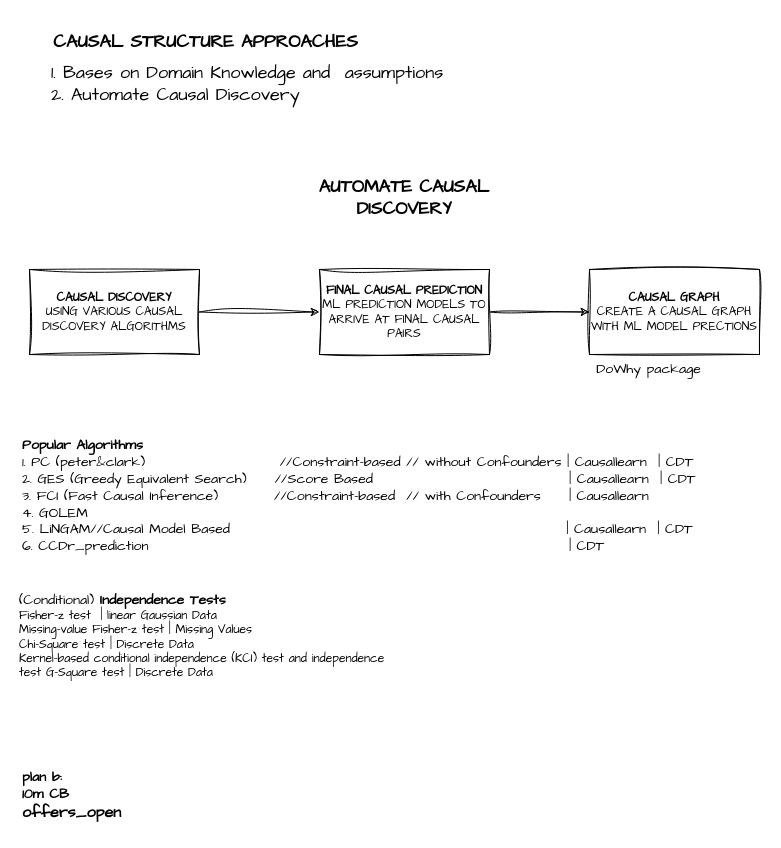
The draw.io diagram page "Automated causal Discovery" (1 of 5) of causal_approach.drawio in Sanjaynarayan27/github_tut, before the edit. Source tidied: cells renumbered, new cells numbered last; positions are measured from the earlier drawing's top-left corner, leaving out a move shared by most shapes. Both pictures are drawn from the tidied source at 100%, with x=0, y=0 at pixel (17, 17).
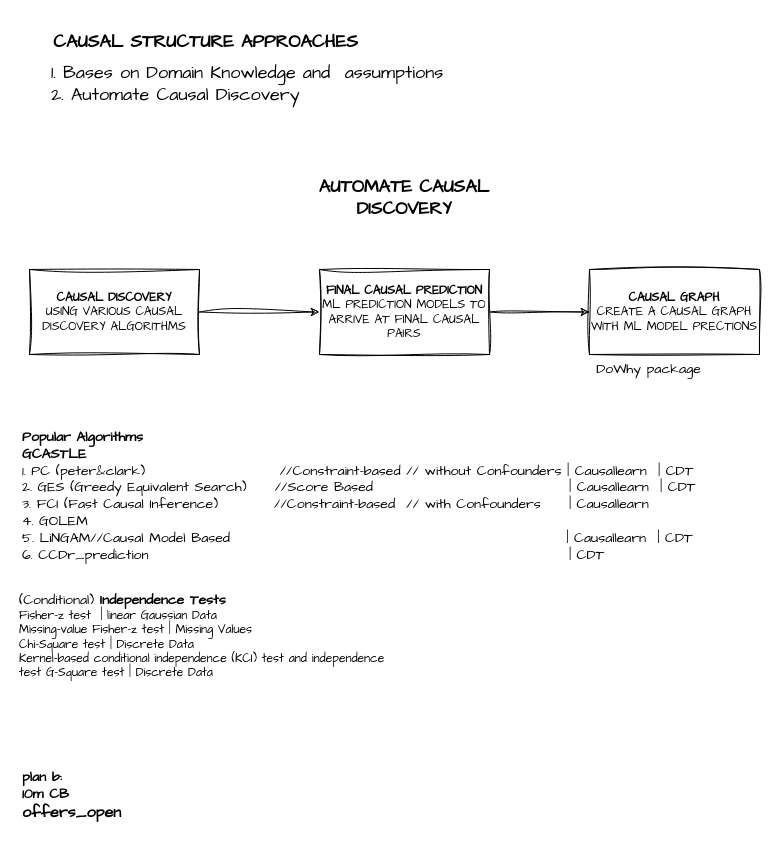
After the change.

Change to the diagram source:
```diff
@@
 <mxGraphModel>
   <root>
     <mxCell id="0" />
     <mxCell id="1" parent="0" />
     <mxCell id="2" style="edgeStyle=orthogonalEdgeStyle;rounded=0;sketch=1;hachureGap=4;jiggle=2;curveFitting=1;jettySize=auto;html=1;exitX=1;exitY=0.5;exitDx=0;exitDy=0;fontFamily=Architects Daughter;" parent="1" edge="1" source="3" target="6">
       <mxGeometry relative="1" as="geometry" />
     </mxCell>
     <mxCell id="3" value="&lt;b&gt;CAUSAL DISCOVERY&lt;/b&gt;&lt;div&gt;USING VARIOUS CAUSAL DISCOVERY ALGORITHMS&lt;/div&gt;" style="rounded=0;whiteSpace=wrap;html=1;sketch=1;hachureGap=4;jiggle=2;curveFitting=1;fontFamily=Architects Daughter;" parent="1" vertex="1">
       <mxGeometry x="12" y="252" width="170" height="85" as="geometry" />
     </mxCell>
     <mxCell id="4" value="&lt;b&gt;&lt;font style=&quot;font-size: 18px;&quot;&gt;AUTOMATE CAUSAL DISCOVERY&lt;/font&gt;&lt;/b&gt;" style="text;html=1;align=center;verticalAlign=middle;whiteSpace=wrap;rounded=0;fontFamily=Architects Daughter;" parent="1" vertex="1">
       <mxGeometry x="292" y="162" width="190" height="35" as="geometry" />
     </mxCell>
     <mxCell id="5" style="edgeStyle=orthogonalEdgeStyle;rounded=0;sketch=1;hachureGap=4;jiggle=2;curveFitting=1;jettySize=auto;html=1;exitX=1;exitY=0.5;exitDx=0;exitDy=0;entryX=0;entryY=0.5;entryDx=0;entryDy=0;fontFamily=Architects Daughter;" parent="1" edge="1" source="6" target="7">
       <mxGeometry relative="1" as="geometry" />
     </mxCell>
     <mxCell id="6" value="&lt;b&gt;FINAL CAUSAL PREDICTION&lt;/b&gt;&lt;div&gt;ML PREDICTION MODELS TO ARRIVE AT FINAL CAUSAL PAIRS&lt;/div&gt;" style="rounded=0;whiteSpace=wrap;html=1;sketch=1;hachureGap=4;jiggle=2;curveFitting=1;fontFamily=Architects Daughter;" parent="1" vertex="1">
       <mxGeometry x="302" y="252" width="170" height="85" as="geometry" />
     </mxCell>
     <mxCell id="7" value="&lt;b&gt;CAUSAL GRAPH&lt;/b&gt;&lt;div&gt;CREATE A CAUSAL GRAPH WITH ML MODEL PRECTIONS&lt;/div&gt;" style="rounded=0;whiteSpace=wrap;html=1;sketch=1;hachureGap=4;jiggle=2;curveFitting=1;fontFamily=Architects Daughter;" parent="1" vertex="1">
       <mxGeometry x="572" y="252" width="170" height="85" as="geometry" />
     </mxCell>
     <mxCell id="8" value="&lt;span style=&quot;font-size: 18px;&quot;&gt;&lt;b&gt;CAUSAL STRUCTURE APPROACHES&lt;/b&gt;&lt;/span&gt;" style="text;html=1;align=center;verticalAlign=middle;whiteSpace=wrap;rounded=0;fontFamily=Architects Daughter;" parent="1" vertex="1">
       <mxGeometry x="17" y="6" width="343" height="35" as="geometry" />
     </mxCell>
     <mxCell id="9" value="&lt;span style=&quot;font-size: 18px;&quot;&gt;1. Bases on Domain Knowledge and&amp;nbsp; assumptions&lt;/span&gt;&lt;div&gt;&lt;span style=&quot;font-size: 18px;&quot;&gt;2. Automate Causal Discovery&lt;/span&gt;&lt;/div&gt;" style="text;html=1;align=left;verticalAlign=middle;whiteSpace=wrap;rounded=0;fontFamily=Architects Daughter;" parent="1" vertex="1">
       <mxGeometry x="32" width="489" height="132" as="geometry" />
     </mxCell>
-    <mxCell id="10" value="&lt;div&gt;&lt;font style=&quot;font-size: 14px;&quot;&gt;&lt;b&gt;&lt;font style=&quot;&quot;&gt;Popular &lt;/font&gt;&lt;font style=&quot;&quot;&gt;Algorithms&lt;/font&gt;&lt;/b&gt;&lt;/font&gt;&lt;/div&gt;&lt;div&gt;&lt;font style=&quot;font-size: 14px;&quot;&gt;1. PC (peter&amp;amp;clark)&amp;nbsp; &amp;nbsp; &amp;nbsp; &amp;nbsp; &amp;nbsp; &amp;nbsp; &amp;nbsp; &amp;nbsp; &amp;nbsp; &amp;nbsp; &amp;nbsp; &amp;nbsp; //Constraint-based // without Confounders | Causallearn&amp;nbsp;&amp;nbsp;&lt;/font&gt;&lt;span style=&quot;font-size: 14px; background-color: initial;&quot;&gt;| CDT&lt;/span&gt;&lt;/div&gt;&lt;div&gt;&lt;font style=&quot;font-size: 14px;&quot;&gt;2. GES (Greedy Equivalent Search)&amp;nbsp; &amp;nbsp; &amp;nbsp;//Score Based&amp;nbsp; &amp;nbsp; &amp;nbsp; &amp;nbsp; &amp;nbsp; &amp;nbsp; &amp;nbsp; &amp;nbsp; &amp;nbsp; &amp;nbsp; &amp;nbsp; &amp;nbsp; &amp;nbsp; &amp;nbsp; &amp;nbsp; &amp;nbsp; &amp;nbsp; &amp;nbsp;&lt;/font&gt;&lt;span style=&quot;font-size: 14px; background-color: initial;&quot;&gt;| Causallearn&amp;nbsp;&amp;nbsp;&lt;/span&gt;&lt;span style=&quot;font-size: 14px; background-color: initial;&quot;&gt;| CDT&lt;/span&gt;&lt;/div&gt;&lt;div&gt;&lt;font style=&quot;font-size: 14px;&quot;&gt;3. FCI (Fast Causal Inference)&amp;nbsp; &amp;nbsp; &amp;nbsp; &amp;nbsp; &amp;nbsp; //Constraint-based&amp;nbsp; // with Confounders&amp;nbsp; &amp;nbsp; &amp;nbsp;&lt;/font&gt;&lt;span style=&quot;font-size: 14px; background-color: initial;&quot;&gt;| Causallearn&amp;nbsp;&amp;nbsp;&lt;/span&gt;&lt;/div&gt;&lt;div&gt;&lt;font style=&quot;font-size: 14px;&quot;&gt;4. GOLEM&amp;nbsp; &amp;nbsp; &amp;nbsp; &amp;nbsp; &amp;nbsp; &amp;nbsp; &amp;nbsp; &amp;nbsp; &amp;nbsp; &amp;nbsp; &amp;nbsp; &amp;nbsp; &amp;nbsp; &amp;nbsp; &amp;nbsp; &amp;nbsp; &amp;nbsp; &amp;nbsp; &amp;nbsp; &amp;nbsp; &amp;nbsp; &amp;nbsp; &amp;nbsp; &amp;nbsp; &amp;nbsp;&lt;/font&gt;&lt;/div&gt;&lt;div&gt;&lt;font style=&quot;font-size: 14px;&quot;&gt;5. LiNGAM//Causal Model Based&amp;nbsp; &amp;nbsp; &amp;nbsp; &amp;nbsp; &amp;nbsp; &amp;nbsp; &amp;nbsp; &amp;nbsp; &amp;nbsp; &amp;nbsp; &amp;nbsp; &amp;nbsp; &amp;nbsp; &amp;nbsp; &amp;nbsp; &amp;nbsp; &amp;nbsp; &amp;nbsp; &amp;nbsp; &amp;nbsp; &amp;nbsp; &amp;nbsp; &amp;nbsp; &amp;nbsp; &amp;nbsp; &amp;nbsp; &amp;nbsp; &amp;nbsp; &amp;nbsp; &amp;nbsp;&amp;nbsp;&lt;/font&gt;&lt;span style=&quot;font-size: 14px; background-color: initial;&quot;&gt;| Causallearn&amp;nbsp;&amp;nbsp;&lt;/span&gt;&lt;span style=&quot;background-color: initial; font-size: 14px;&quot;&gt;| CDT&lt;/span&gt;&lt;/div&gt;&lt;div&gt;&lt;font style=&quot;font-size: 14px;&quot;&gt;6. CCDr_prediction&amp;nbsp; &amp;nbsp; &amp;nbsp; &amp;nbsp; &amp;nbsp; &amp;nbsp; &amp;nbsp; &amp;nbsp; &amp;nbsp; &amp;nbsp; &amp;nbsp; &amp;nbsp; &amp;nbsp; &amp;nbsp; &amp;nbsp; &amp;nbsp; &amp;nbsp; &amp;nbsp; &amp;nbsp; &amp;nbsp; &amp;nbsp; &amp;nbsp; &amp;nbsp; &amp;nbsp; &amp;nbsp; &amp;nbsp; &amp;nbsp; &amp;nbsp; &amp;nbsp; &amp;nbsp; &amp;nbsp; &amp;nbsp; &amp;nbsp; &amp;nbsp; &amp;nbsp; &amp;nbsp; &amp;nbsp; &amp;nbsp;&lt;/font&gt;&lt;span style=&quot;background-color: initial; font-size: 14px;&quot;&gt;| CDT&lt;/span&gt;&lt;/div&gt;&lt;div&gt;&lt;span style=&quot;background-color: initial; font-size: 14px;&quot;&gt;&lt;br&gt;&lt;/span&gt;&lt;/div&gt;" style="text;html=1;align=left;verticalAlign=middle;whiteSpace=wrap;rounded=0;fontFamily=Architects Daughter;" parent="1" vertex="1">
+    <mxCell id="10" value="&lt;div&gt;&lt;font style=&quot;font-size: 14px;&quot;&gt;&lt;b&gt;&lt;font style=&quot;&quot;&gt;Popular &lt;/font&gt;&lt;font style=&quot;&quot;&gt;Algorithms&lt;/font&gt;&lt;/b&gt;&lt;/font&gt;&lt;/div&gt;&lt;div&gt;&lt;font style=&quot;font-size: 14px;&quot;&gt;&lt;b&gt;&lt;font style=&quot;&quot;&gt;GCASTLE&lt;/font&gt;&lt;/b&gt;&lt;/font&gt;&lt;/div&gt;&lt;div&gt;&lt;font style=&quot;font-size: 14px;&quot;&gt;1. PC (peter&amp;amp;clark)&amp;nbsp; &amp;nbsp; &amp;nbsp; &amp;nbsp; &amp;nbsp; &amp;nbsp; &amp;nbsp; &amp;nbsp; &amp;nbsp; &amp;nbsp; &amp;nbsp; &amp;nbsp; //Constraint-based // without Confounders | Causallearn&amp;nbsp;&amp;nbsp;&lt;/font&gt;&lt;span style=&quot;font-size: 14px; background-color: initial;&quot;&gt;| CDT&lt;/span&gt;&lt;/div&gt;&lt;div&gt;&lt;font style=&quot;font-size: 14px;&quot;&gt;2. GES (Greedy Equivalent Search)&amp;nbsp; &amp;nbsp; &amp;nbsp;//Score Based&amp;nbsp; &amp;nbsp; &amp;nbsp; &amp;nbsp; &amp;nbsp; &amp;nbsp; &amp;nbsp; &amp;nbsp; &amp;nbsp; &amp;nbsp; &amp;nbsp; &amp;nbsp; &amp;nbsp; &amp;nbsp; &amp;nbsp; &amp;nbsp; &amp;nbsp; &amp;nbsp;&lt;/font&gt;&lt;span style=&quot;font-size: 14px; background-color: initial;&quot;&gt;| Causallearn&amp;nbsp;&amp;nbsp;&lt;/span&gt;&lt;span style=&quot;font-size: 14px; background-color: initial;&quot;&gt;| CDT&lt;/span&gt;&lt;/div&gt;&lt;div&gt;&lt;font style=&quot;font-size: 14px;&quot;&gt;3. FCI (Fast Causal Inference)&amp;nbsp; &amp;nbsp; &amp;nbsp; &amp;nbsp; &amp;nbsp; //Constraint-based&amp;nbsp; // with Confounders&amp;nbsp; &amp;nbsp; &amp;nbsp;&lt;/font&gt;&lt;span style=&quot;font-size: 14px; background-color: initial;&quot;&gt;| Causallearn&amp;nbsp;&amp;nbsp;&lt;/span&gt;&lt;/div&gt;&lt;div&gt;&lt;font style=&quot;font-size: 14px;&quot;&gt;4. GOLEM&amp;nbsp; &amp;nbsp; &amp;nbsp; &amp;nbsp; &amp;nbsp; &amp;nbsp; &amp;nbsp; &amp;nbsp; &amp;nbsp; &amp;nbsp; &amp;nbsp; &amp;nbsp; &amp;nbsp; &amp;nbsp; &amp;nbsp; &amp;nbsp; &amp;nbsp; &amp;nbsp; &amp;nbsp; &amp;nbsp; &amp;nbsp; &amp;nbsp; &amp;nbsp; &amp;nbsp; &amp;nbsp;&lt;/font&gt;&lt;/div&gt;&lt;div&gt;&lt;font style=&quot;font-size: 14px;&quot;&gt;5. LiNGAM//Causal Model Based&amp;nbsp; &amp;nbsp; &amp;nbsp; &amp;nbsp; &amp;nbsp; &amp;nbsp; &amp;nbsp; &amp;nbsp; &amp;nbsp; &amp;nbsp; &amp;nbsp; &amp;nbsp; &amp;nbsp; &amp;nbsp; &amp;nbsp; &amp;nbsp; &amp;nbsp; &amp;nbsp; &amp;nbsp; &amp;nbsp; &amp;nbsp; &amp;nbsp; &amp;nbsp; &amp;nbsp; &amp;nbsp; &amp;nbsp; &amp;nbsp; &amp;nbsp; &amp;nbsp; &amp;nbsp;&amp;nbsp;&lt;/font&gt;&lt;span style=&quot;font-size: 14px; background-color: initial;&quot;&gt;| Causallearn&amp;nbsp;&amp;nbsp;&lt;/span&gt;&lt;span style=&quot;background-color: initial; font-size: 14px;&quot;&gt;| CDT&lt;/span&gt;&lt;/div&gt;&lt;div&gt;&lt;font style=&quot;font-size: 14px;&quot;&gt;6. CCDr_prediction&amp;nbsp; &amp;nbsp; &amp;nbsp; &amp;nbsp; &amp;nbsp; &amp;nbsp; &amp;nbsp; &amp;nbsp; &amp;nbsp; &amp;nbsp; &amp;nbsp; &amp;nbsp; &amp;nbsp; &amp;nbsp; &amp;nbsp; &amp;nbsp; &amp;nbsp; &amp;nbsp; &amp;nbsp; &amp;nbsp; &amp;nbsp; &amp;nbsp; &amp;nbsp; &amp;nbsp; &amp;nbsp; &amp;nbsp; &amp;nbsp; &amp;nbsp; &amp;nbsp; &amp;nbsp; &amp;nbsp; &amp;nbsp; &amp;nbsp; &amp;nbsp; &amp;nbsp; &amp;nbsp; &amp;nbsp; &amp;nbsp;&lt;/font&gt;&lt;span style=&quot;background-color: initial; font-size: 14px;&quot;&gt;| CDT&lt;/span&gt;&lt;/div&gt;&lt;div&gt;&lt;span style=&quot;background-color: initial; font-size: 14px;&quot;&gt;&lt;br&gt;&lt;/span&gt;&lt;/div&gt;" style="text;html=1;align=left;verticalAlign=middle;whiteSpace=wrap;rounded=0;fontFamily=Architects Daughter;" parent="1" vertex="1">
       <mxGeometry x="3" y="417" width="744" height="140" as="geometry" />
     </mxCell>
     <mxCell id="11" value="&lt;span style=&quot;font-size: 14px;&quot;&gt;DoWhy package&lt;/span&gt;" style="text;html=1;align=center;verticalAlign=middle;whiteSpace=wrap;rounded=0;fontFamily=Architects Daughter;" parent="1" vertex="1">
       <mxGeometry x="572" y="337" width="119" height="30" as="geometry" />
     </mxCell>
     <mxCell id="12" value="&lt;font style=&quot;&quot;&gt;&lt;b style=&quot;&quot;&gt;&lt;font style=&quot;font-size: 14px;&quot;&gt;plan b:&lt;/font&gt;&lt;br&gt;&lt;font style=&quot;font-size: 14px;&quot;&gt;10m CB&lt;/font&gt;&lt;/b&gt;&lt;/font&gt;&lt;div&gt;&lt;b style=&quot;&quot;&gt;&lt;font size=&quot;3&quot;&gt;offers_open&lt;/font&gt;&lt;/b&gt;&lt;/div&gt;" style="text;html=1;align=left;verticalAlign=middle;whiteSpace=wrap;rounded=0;fontFamily=Architects Daughter;" parent="1" vertex="1">
       <mxGeometry x="3" y="742" width="190" height="72" as="geometry" />
     </mxCell>
     <mxCell id="13" value="&lt;font style=&quot;font-size: 14px;&quot;&gt;(Conditional) &lt;b&gt;Independence Tests&lt;/b&gt;&lt;/font&gt;&lt;div&gt;Fisher-z test&amp;nbsp; | linear Gaussian Data&amp;nbsp;&lt;/div&gt;&lt;div&gt;Missing-value Fisher-z test | Missing Values&lt;/div&gt;&lt;div&gt;Chi-Square test&amp;nbsp;&lt;span style=&quot;background-color: initial;&quot;&gt;| Discrete Data&lt;/span&gt;&lt;/div&gt;&lt;div&gt;Kernel-based conditional independence (KCI) test and independence&amp;nbsp;&lt;/div&gt;&lt;div&gt;test G-Square test&amp;nbsp;&lt;span style=&quot;background-color: initial;&quot;&gt;| Discrete Data&lt;/span&gt;&lt;br&gt;&lt;/div&gt;" style="text;html=1;align=left;verticalAlign=middle;whiteSpace=wrap;rounded=0;fontFamily=Architects Daughter;" parent="1" vertex="1">
       <mxGeometry y="557" width="422" height="123" as="geometry" />
     </mxCell>
   </root>
 </mxGraphModel>
```
